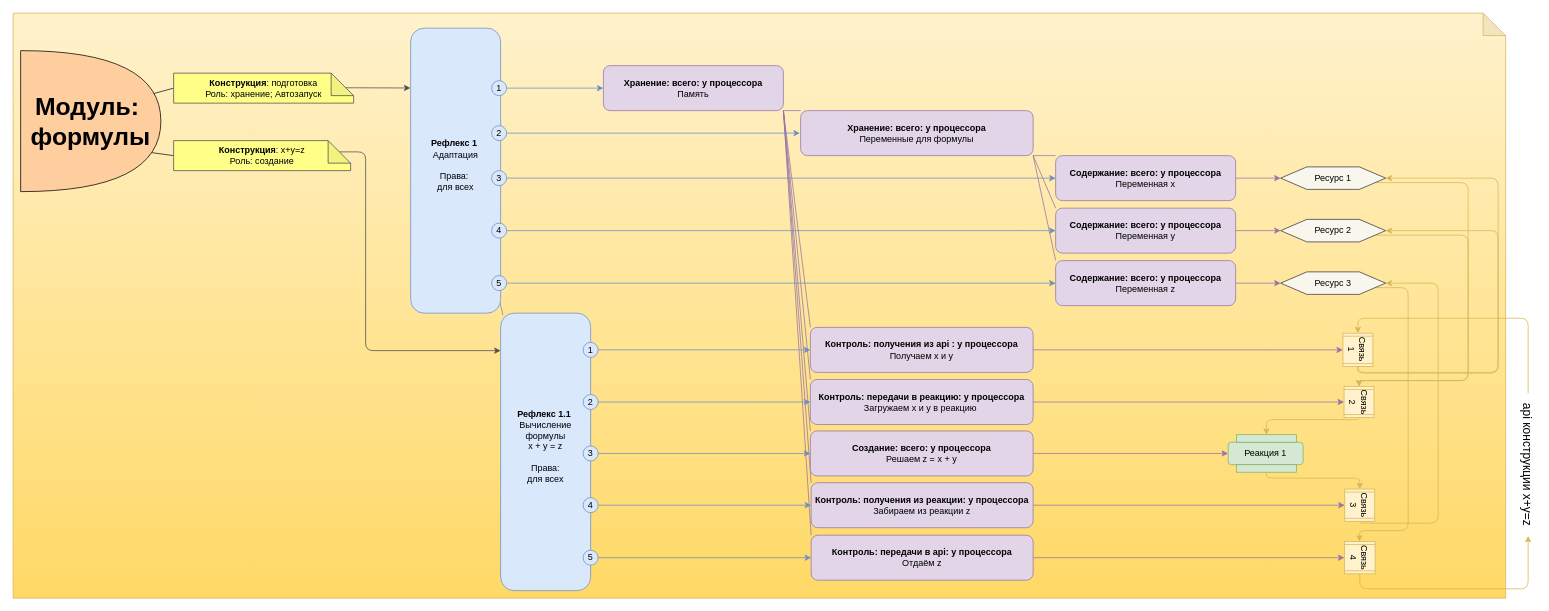
Earlier version of the draw.io diagram Картинки/Module.drawio (it-architector/invention.csdr). Source tidied: cells renumbered, new cells numbered last; positions are measured from the earlier drawing's top-left corner, leaving out a move shared by most shapes. Both pictures are drawn from the tidied source at 75%, with x=0, y=0 at pixel (13, 13).
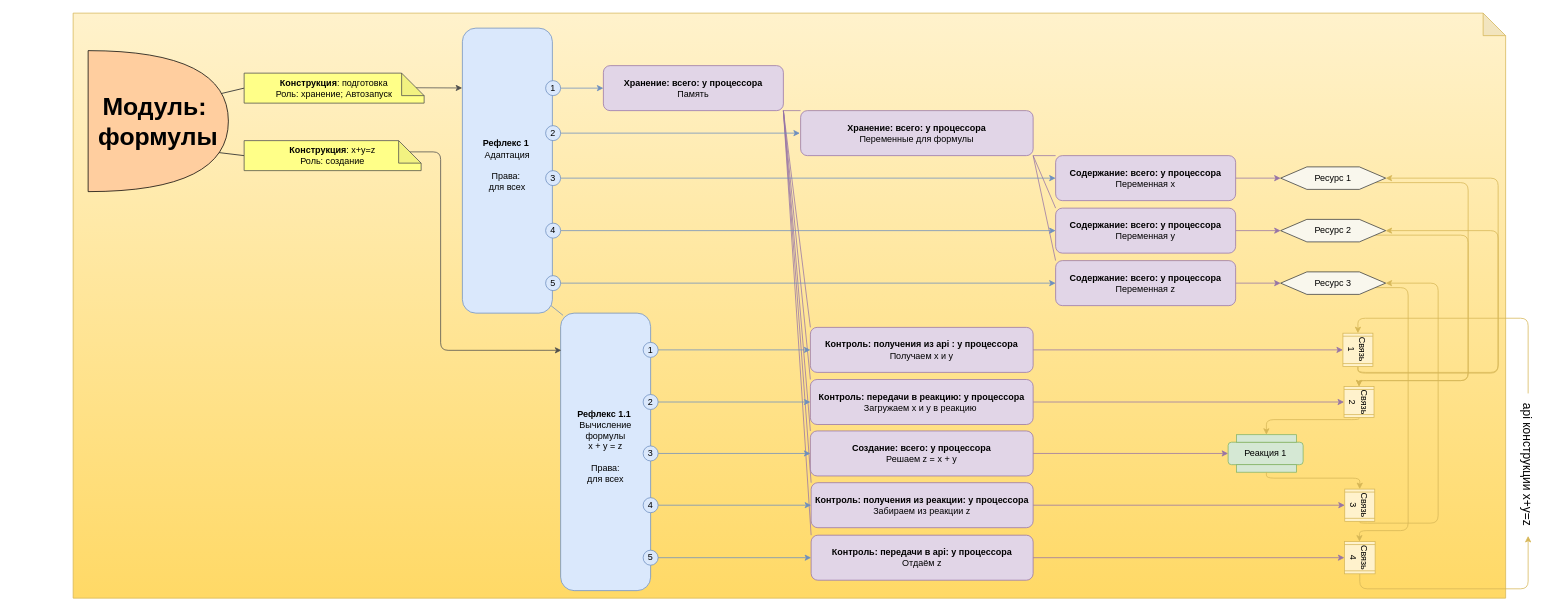
The same diagram, later.

What changed in the source:
```diff
@@
     <mxCell id="2" style="shape=note;whiteSpace=wrap;html=1;backgroundOutline=1;darkOpacity=0.05;fillColor=#fff2cc;strokeColor=#d6b656;gradientColor=#ffd966;" parent="1" vertex="1">
-      <mxGeometry width="1990" height="780" as="geometry" />
+      <mxGeometry x="80" width="1910" height="780" as="geometry" />
     </mxCell>
@@
-    <mxCell id="34" style="rounded=0;jettySize=auto;html=1;entryX=0.97;entryY=0.933;entryDx=0;entryDy=0;entryPerimeter=0;endArrow=none;endFill=0;exitX=0.027;exitY=0.008;exitDx=0;exitDy=0;exitPerimeter=0;strokeColor=#6C8EBF;" parent="1" edge="1" source="37" target="73">
+    <mxCell id="34" style="rounded=0;jettySize=auto;html=1;entryX=0.986;entryY=0.974;entryDx=0;entryDy=0;entryPerimeter=0;endArrow=none;endFill=0;exitX=0.027;exitY=0.008;exitDx=0;exitDy=0;exitPerimeter=0;strokeColor=#6C8EBF;" parent="1" edge="1" source="37" target="73">
       <mxGeometry relative="1" as="geometry" />
     </mxCell>
@@
     <mxCell id="37" value="&lt;b&gt;Рефлекс 1.1&lt;/b&gt;&lt;span&gt;&amp;nbsp;&lt;/span&gt;&lt;br&gt;&lt;span&gt;Вычисление формулы &lt;br&gt;x + y = z&lt;br&gt;&lt;br&gt;Права: &lt;br&gt;для всех&lt;br&gt;&lt;br&gt;&lt;/span&gt;" style="rounded=1;whiteSpace=wrap;html=1;strokeColor=#6C8EBF;fillColor=#DAE8FC;align=center;verticalAlign=middle;" parent="1" vertex="1">
-      <mxGeometry x="650" y="400" width="120" height="370" as="geometry" />
+      <mxGeometry x="730" y="400" width="120" height="370" as="geometry" />
     </mxCell>
@@
     <mxCell id="48" value="1" style="ellipse;whiteSpace=wrap;html=1;strokeColor=#6C8EBF;fillColor=#DAE8FC;" parent="1" vertex="1">
-      <mxGeometry x="760" y="439" width="20" height="20" as="geometry" />
+      <mxGeometry x="840" y="439" width="20" height="20" as="geometry" />
     </mxCell>
     <mxCell id="49" value="2" style="ellipse;whiteSpace=wrap;html=1;strokeColor=#6C8EBF;fillColor=#DAE8FC;" parent="1" vertex="1">
-      <mxGeometry x="760" y="508.5" width="20" height="20" as="geometry" />
+      <mxGeometry x="840" y="508.5" width="20" height="20" as="geometry" />
     </mxCell>
     <mxCell id="50" value="3" style="ellipse;whiteSpace=wrap;html=1;strokeColor=#6C8EBF;fillColor=#DAE8FC;" parent="1" vertex="1">
-      <mxGeometry x="760" y="577.1" width="20" height="20" as="geometry" />
+      <mxGeometry x="840" y="577.1" width="20" height="20" as="geometry" />
     </mxCell>
     <mxCell id="51" value="4" style="ellipse;whiteSpace=wrap;html=1;strokeColor=#6C8EBF;fillColor=#DAE8FC;" parent="1" vertex="1">
-      <mxGeometry x="760" y="646.1" width="20" height="20" as="geometry" />
+      <mxGeometry x="840" y="646.1" width="20" height="20" as="geometry" />
     </mxCell>
     <mxCell id="52" value="5" style="ellipse;whiteSpace=wrap;html=1;strokeColor=#6C8EBF;fillColor=#DAE8FC;" parent="1" vertex="1">
-      <mxGeometry x="760" y="716.1" width="20" height="20" as="geometry" />
+      <mxGeometry x="840" y="716.1" width="20" height="20" as="geometry" />
     </mxCell>
@@
-    <mxCell id="57" style="rounded=1;jettySize=auto;html=1;exitX=0;exitY=0;exitDx=221;exitDy=15;exitPerimeter=0;endArrow=classic;endFill=1;strokeColor=#4D4D4D;edgeStyle=orthogonalEdgeStyle;" parent="1" edge="1" source="59">
+    <mxCell id="57" style="rounded=1;jettySize=auto;html=1;exitX=0;exitY=0;exitDx=221;exitDy=15;exitPerimeter=0;endArrow=classic;endFill=1;strokeColor=#4D4D4D;edgeStyle=orthogonalEdgeStyle;entryX=0.008;entryY=0.134;entryDx=0;entryDy=0;entryPerimeter=0;" parent="1" edge="1" source="59" target="37">
       <mxGeometry relative="1" as="geometry">
-        <mxPoint x="650" y="450" as="targetPoint" />
         <Array as="points">
-          <mxPoint x="470" y="185" />
-          <mxPoint x="470" y="450" />
-          <mxPoint x="650" y="450" />
+          <mxPoint x="570" y="185" />
+          <mxPoint x="570" y="450" />
         </Array>
       </mxGeometry>
     </mxCell>
@@
     <mxCell id="59" value="&lt;b&gt;Конструкция&lt;/b&gt;:&amp;nbsp;x+y=z&lt;br&gt;Роль: создание" style="shape=note;whiteSpace=wrap;html=1;backgroundOutline=1;darkOpacity=0.05;fillColor=#FFFF88;strokeColor=#4D4D4D;" parent="1" vertex="1">
-      <mxGeometry x="214" y="170" width="236" height="40" as="geometry" />
+      <mxGeometry x="308" y="170" width="236" height="40" as="geometry" />
     </mxCell>
@@
     <mxCell id="71" value="&lt;b&gt;Конструкция&lt;/b&gt;:&amp;nbsp;подготовка&lt;br&gt;Роль: хранение; Автозапуск" style="shape=note;whiteSpace=wrap;html=1;backgroundOutline=1;darkOpacity=0.05;fillColor=#FFFF88;strokeColor=#4D4D4D;" parent="1" vertex="1">
-      <mxGeometry x="214" y="80" width="240" height="40" as="geometry" />
+      <mxGeometry x="308" y="80" width="240" height="40" as="geometry" />
     </mxCell>
@@
     <mxCell id="73" value="&lt;b&gt;Рефлекс 1&lt;/b&gt;&lt;span&gt;&amp;nbsp;&lt;/span&gt;&lt;br&gt;&lt;span&gt;Адаптация&lt;br&gt;&lt;br&gt;&lt;/span&gt;Права:&amp;nbsp;&lt;br&gt;для всех&lt;span&gt;&lt;br&gt;&lt;br&gt;&lt;/span&gt;" style="rounded=1;whiteSpace=wrap;html=1;strokeColor=#6C8EBF;fillColor=#DAE8FC;align=center;verticalAlign=middle;" parent="1" vertex="1">
-      <mxGeometry x="530" y="20" width="120" height="380" as="geometry" />
+      <mxGeometry x="599" y="20" width="120" height="380" as="geometry" />
     </mxCell>
     <mxCell id="74" value="&lt;b style=&quot;font-size: 33px&quot;&gt;Модуль:&amp;nbsp;&lt;br&gt;формулы&lt;br&gt;&lt;/b&gt;" style="shape=or;whiteSpace=wrap;html=1;fillColor=#FFCE9F;" parent="1" vertex="1">
-      <mxGeometry x="10" y="50" width="187" height="188" as="geometry" />
+      <mxGeometry x="100" y="50" width="187" height="188" as="geometry" />
     </mxCell>
     <mxCell id="75" value="2" style="ellipse;whiteSpace=wrap;html=1;strokeColor=#6C8EBF;fillColor=#DAE8FC;" parent="1" vertex="1">
-      <mxGeometry x="638" y="150" width="20" height="20" as="geometry" />
+      <mxGeometry x="710" y="150" width="20" height="20" as="geometry" />
     </mxCell>
@@
     <mxCell id="77" value="5" style="ellipse;whiteSpace=wrap;html=1;strokeColor=#6C8EBF;fillColor=#DAE8FC;" parent="1" vertex="1">
-      <mxGeometry x="638" y="350" width="20" height="20" as="geometry" />
+      <mxGeometry x="710" y="350" width="20" height="20" as="geometry" />
     </mxCell>
@@
     <mxCell id="79" value="4" style="ellipse;whiteSpace=wrap;html=1;strokeColor=#6C8EBF;fillColor=#DAE8FC;" parent="1" vertex="1">
-      <mxGeometry x="638" y="280" width="20" height="20" as="geometry" />
+      <mxGeometry x="710" y="280" width="20" height="20" as="geometry" />
     </mxCell>
     <mxCell id="80" value="3" style="ellipse;whiteSpace=wrap;html=1;strokeColor=#6C8EBF;fillColor=#DAE8FC;" parent="1" vertex="1">
-      <mxGeometry x="638" y="210" width="20" height="20" as="geometry" />
+      <mxGeometry x="710" y="210" width="20" height="20" as="geometry" />
     </mxCell>
     <mxCell id="81" value="1" style="ellipse;whiteSpace=wrap;html=1;strokeColor=#6C8EBF;fillColor=#DAE8FC;" parent="1" vertex="1">
-      <mxGeometry x="638" y="90" width="20" height="20" as="geometry" />
+      <mxGeometry x="710" y="90" width="20" height="20" as="geometry" />
     </mxCell>
```
